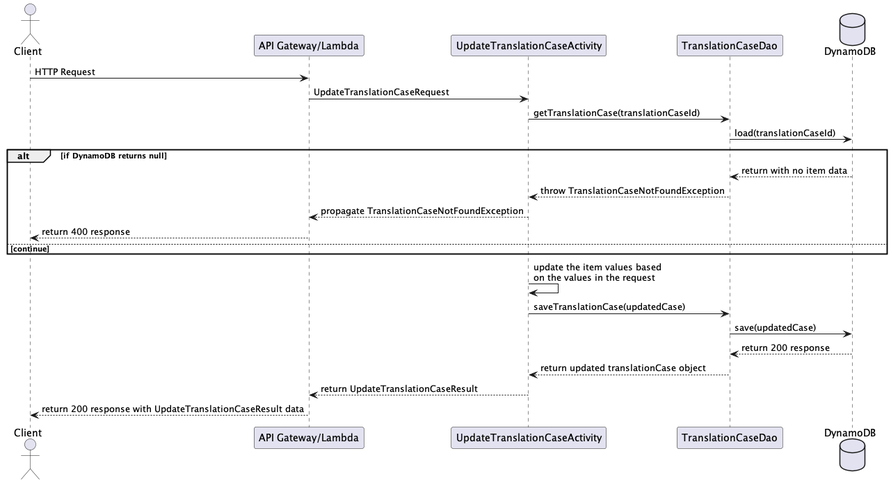
Earlier version of the PlantUML export resources/images/UpdateTranslationCase-Sequence.png (usedtothink/translation-tracker). Its diagram source:
```plantuml
@startuml

actor Client
participant "API Gateway/Lambda"
participant UpdateTranslationCaseActivity
participant TranslationCaseDao
database    DynamoDB

Client -> "API Gateway/Lambda" : HTTP Request
"API Gateway/Lambda" -> UpdateTranslationCaseActivity : UpdateTranslationCaseRequest

UpdateTranslationCaseActivity -> TranslationCaseDao : getTranslationCase(translationCaseId)
TranslationCaseDao -> DynamoDB : load(translationCaseId)

alt if DynamoDB returns null
    DynamoDB --> TranslationCaseDao: return with no item data
    TranslationCaseDao --> UpdateTranslationCaseActivity: throw TranslationCaseNotFoundException
    UpdateTranslationCaseActivity --> "API Gateway/Lambda": propagate TranslationCaseNotFoundException
    "API Gateway/Lambda" --> Client : return 400 response
else continue
end

UpdateTranslationCaseActivity -> UpdateTranslationCaseActivity : update the item values based\non the values in the request

UpdateTranslationCaseActivity -> TranslationCaseDao : saveTranslationCase(updatedCase)

TranslationCaseDao -> DynamoDB : save(updatedCase)
DynamoDB --> TranslationCaseDao : return 200 response
TranslationCaseDao --> UpdateTranslationCaseActivity : return updated translationCase object
UpdateTranslationCaseActivity --> "API Gateway/Lambda" : return UpdateTranslationCaseResult
"API Gateway/Lambda" --> Client : return 200 response with UpdateTranslationCaseResult data

@enduml
```
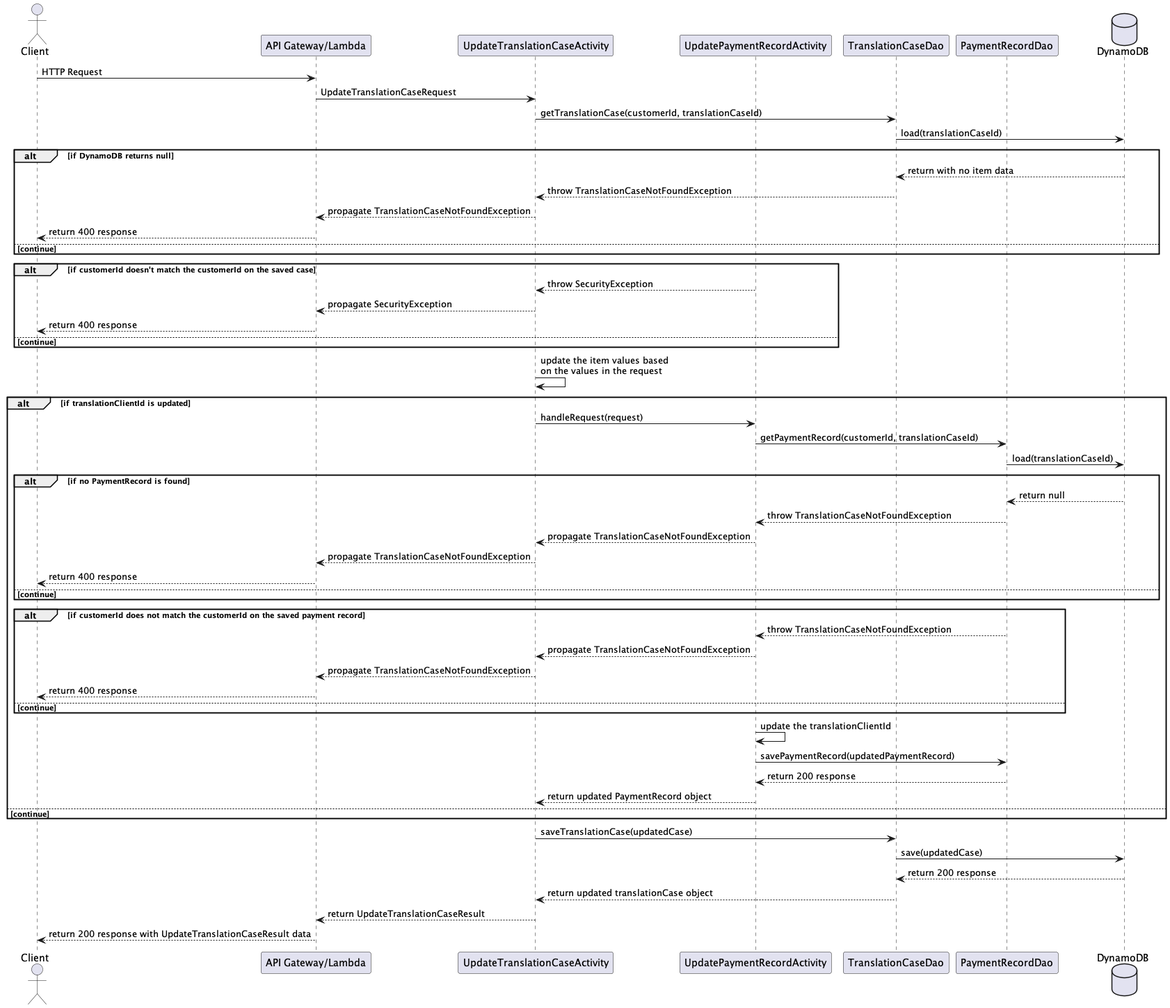
The same file after the commit.

Change to the diagram source:
```diff
@@ -3,13 +3,15 @@
 actor Client
 participant "API Gateway/Lambda"
 participant UpdateTranslationCaseActivity
+participant UpdatePaymentRecordActivity
 participant TranslationCaseDao
+participant PaymentRecordDao
 database    DynamoDB
 
 Client -> "API Gateway/Lambda" : HTTP Request
 "API Gateway/Lambda" -> UpdateTranslationCaseActivity : UpdateTranslationCaseRequest
 
-UpdateTranslationCaseActivity -> TranslationCaseDao : getTranslationCase(translationCaseId)
+UpdateTranslationCaseActivity -> TranslationCaseDao : getTranslationCase(customerId, translationCaseId)
 TranslationCaseDao -> DynamoDB : load(translationCaseId)
 
 alt if DynamoDB returns null
@@ -20,10 +22,45 @@
 else continue
 end
 
+alt if customerId doesn't match the customerId on the saved case
+    UpdatePaymentRecordActivity --> UpdateTranslationCaseActivity : throw SecurityException
+    UpdateTranslationCaseActivity --> "API Gateway/Lambda": propagate SecurityException
+    "API Gateway/Lambda" --> Client : return 400 response
+else continue
+end
+
 UpdateTranslationCaseActivity -> UpdateTranslationCaseActivity : update the item values based\non the values in the request
 
+alt if translationClientId is updated
+    UpdateTranslationCaseActivity -> UpdatePaymentRecordActivity: handleRequest(request)
+    UpdatePaymentRecordActivity -> PaymentRecordDao : getPaymentRecord(customerId, translationCaseId)
+    PaymentRecordDao -> DynamoDB : load(translationCaseId)
+
+    alt if no PaymentRecord is found
+        DynamoDB --> PaymentRecordDao : return null
+        PaymentRecordDao --> UpdatePaymentRecordActivity : throw TranslationCaseNotFoundException
+        UpdatePaymentRecordActivity --> UpdateTranslationCaseActivity : propagate TranslationCaseNotFoundException
+        UpdateTranslationCaseActivity --> "API Gateway/Lambda" : propagate TranslationCaseNotFoundException
+        "API Gateway/Lambda" --> Client : return 400 response
+    else continue
+    end
+
+    alt if customerId does not match the customerId on the saved payment record
+        PaymentRecordDao --> UpdatePaymentRecordActivity : throw TranslationCaseNotFoundException
+        UpdatePaymentRecordActivity --> UpdateTranslationCaseActivity : propagate TranslationCaseNotFoundException
+        UpdateTranslationCaseActivity --> "API Gateway/Lambda" : propagate TranslationCaseNotFoundException
+        "API Gateway/Lambda" --> Client : return 400 response
+    else continue
+    end
+
+    UpdatePaymentRecordActivity -> UpdatePaymentRecordActivity : update the translationClientId
+    UpdatePaymentRecordActivity -> PaymentRecordDao : savePaymentRecord(updatedPaymentRecord)
+    PaymentRecordDao --> UpdatePaymentRecordActivity : return 200 response
+    UpdatePaymentRecordActivity --> UpdateTranslationCaseActivity : return updated PaymentRecord object
+else continue
+end
+
 UpdateTranslationCaseActivity -> TranslationCaseDao : saveTranslationCase(updatedCase)
-
 TranslationCaseDao -> DynamoDB : save(updatedCase)
 DynamoDB --> TranslationCaseDao : return 200 response
 TranslationCaseDao --> UpdateTranslationCaseActivity : return updated translationCase object
```
